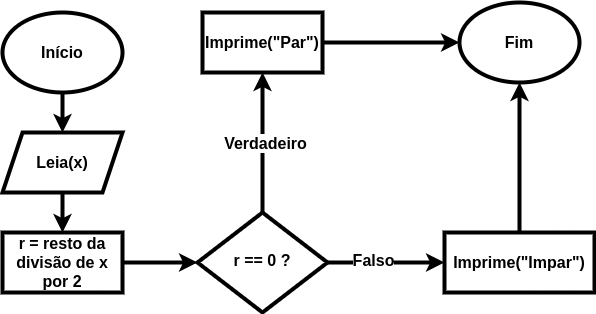
Earlier version of the draw.io export condicionais/images/ifelse.png (viniciusrpb/cic0004_apc_engcomp). Source tidied: cells renumbered, new cells last; positions are measured from the earlier drawing's top-left corner, leaving out a move shared by most shapes. The source it was exported from:
```xml
<mxGraphModel>
  <root>
    <mxCell id="0" />
    <mxCell id="1" parent="0" />
    <mxCell id="2" style="edgeStyle=orthogonalEdgeStyle;rounded=0;jettySize=auto;html=1;exitX=0.5;exitY=0;exitDx=0;exitDy=0;entryX=0.5;entryY=1;entryDx=0;entryDy=0;strokeWidth=4;fontSize=16;fontStyle=1;" parent="1" edge="1" source="6" target="14">
      <mxGeometry relative="1" as="geometry" />
    </mxCell>
    <mxCell id="3" value="Verdadeiro" style="edgeLabel;html=1;align=center;verticalAlign=middle;fontSize=16;fontStyle=1;" parent="2" vertex="1">
      <mxGeometry y="-2" relative="1" as="geometry" />
    </mxCell>
    <mxCell id="4" style="edgeStyle=orthogonalEdgeStyle;rounded=0;jettySize=auto;html=1;exitX=1;exitY=0.5;exitDx=0;exitDy=0;entryX=0;entryY=0.5;entryDx=0;entryDy=0;strokeWidth=4;fontSize=16;fontStyle=1;" parent="1" edge="1" source="6" target="16">
      <mxGeometry relative="1" as="geometry" />
    </mxCell>
    <mxCell id="5" value="Falso" style="edgeLabel;html=1;align=center;verticalAlign=middle;fontSize=16;fontStyle=1;" parent="4" vertex="1">
      <mxGeometry x="-0.22" y="3" relative="1" as="geometry" />
    </mxCell>
    <mxCell id="6" value="r == 0 ?" style="rhombus;whiteSpace=wrap;html=1;shadow=0;fontFamily=Helvetica;fontSize=16;align=center;strokeWidth=4;spacing=6;spacingTop=-4;fontStyle=1;" parent="1" vertex="1">
      <mxGeometry x="195" y="210" width="130" height="100" as="geometry" />
    </mxCell>
    <mxCell id="7" style="edgeStyle=orthogonalEdgeStyle;rounded=0;jettySize=auto;html=1;strokeWidth=4;fontSize=16;fontStyle=1;" parent="1" edge="1" source="8" target="10">
      <mxGeometry relative="1" as="geometry" />
    </mxCell>
    <mxCell id="8" value="Início" style="ellipse;whiteSpace=wrap;html=1;strokeWidth=4;fontSize=16;fontStyle=1;" parent="1" vertex="1">
      <mxGeometry y="10" width="120" height="80" as="geometry" />
    </mxCell>
    <mxCell id="9" style="edgeStyle=orthogonalEdgeStyle;rounded=0;jettySize=auto;html=1;exitX=0.5;exitY=1;exitDx=0;exitDy=0;entryX=0.5;entryY=0;entryDx=0;entryDy=0;strokeWidth=4;fontSize=16;fontStyle=1;" parent="1" edge="1" source="10" target="12">
      <mxGeometry relative="1" as="geometry" />
    </mxCell>
    <mxCell id="10" value="Leia(x)" style="shape=parallelogram;perimeter=parallelogramPerimeter;whiteSpace=wrap;html=1;fixedSize=1;strokeWidth=4;fontSize=16;fontStyle=1;" parent="1" vertex="1">
      <mxGeometry y="130" width="120" height="60" as="geometry" />
    </mxCell>
    <mxCell id="11" style="edgeStyle=orthogonalEdgeStyle;rounded=0;jettySize=auto;html=1;exitX=1;exitY=0.5;exitDx=0;exitDy=0;strokeWidth=4;fontSize=16;fontStyle=1;" parent="1" edge="1" source="12" target="6">
      <mxGeometry relative="1" as="geometry" />
    </mxCell>
    <mxCell id="12" value="r = resto da divisão de x por 2" style="rounded=0;whiteSpace=wrap;html=1;strokeWidth=4;fontSize=16;fontStyle=1;" parent="1" vertex="1">
      <mxGeometry y="230" width="120" height="60" as="geometry" />
    </mxCell>
    <mxCell id="13" style="edgeStyle=orthogonalEdgeStyle;rounded=0;jettySize=auto;html=1;exitX=1;exitY=0.5;exitDx=0;exitDy=0;strokeWidth=4;fontSize=16;fontStyle=1;" parent="1" edge="1" source="14" target="17">
      <mxGeometry relative="1" as="geometry" />
    </mxCell>
    <mxCell id="14" value="Imprime(&quot;Par&quot;)" style="rounded=0;whiteSpace=wrap;html=1;strokeWidth=4;fontSize=16;fontStyle=1;" parent="1" vertex="1">
      <mxGeometry x="200" y="10" width="120" height="60" as="geometry" />
    </mxCell>
    <mxCell id="15" style="edgeStyle=orthogonalEdgeStyle;rounded=0;jettySize=auto;html=1;entryX=0.5;entryY=1;entryDx=0;entryDy=0;strokeWidth=4;fontSize=16;fontStyle=1;" parent="1" edge="1" source="16" target="17">
      <mxGeometry relative="1" as="geometry" />
    </mxCell>
    <mxCell id="16" value="Imprime(&quot;Impar&quot;)" style="rounded=0;whiteSpace=wrap;html=1;strokeWidth=4;fontSize=16;fontStyle=1;" parent="1" vertex="1">
      <mxGeometry x="442" y="230" width="150" height="60" as="geometry" />
    </mxCell>
    <mxCell id="17" value="Fim" style="ellipse;whiteSpace=wrap;html=1;strokeWidth=4;fontSize=16;fontStyle=1;" parent="1" vertex="1">
      <mxGeometry x="457" width="120" height="80" as="geometry" />
    </mxCell>
  </root>
</mxGraphModel>
```
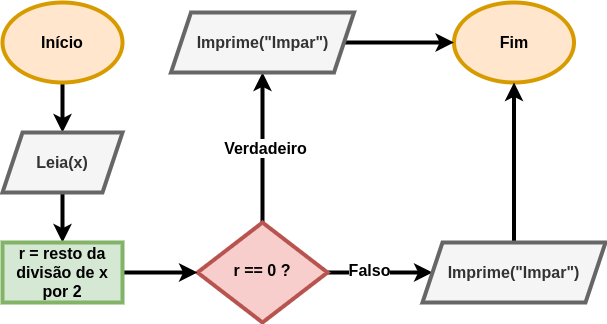
The same file after the commit.

Change to the diagram source:
```diff
@@ -2,53 +2,53 @@
   <root>
     <mxCell id="0" />
     <mxCell id="1" parent="0" />
-    <mxCell id="2" style="edgeStyle=orthogonalEdgeStyle;rounded=0;jettySize=auto;html=1;exitX=0.5;exitY=0;exitDx=0;exitDy=0;entryX=0.5;entryY=1;entryDx=0;entryDy=0;strokeWidth=4;fontSize=16;fontStyle=1;" parent="1" edge="1" source="6" target="14">
+    <mxCell id="2" style="edgeStyle=orthogonalEdgeStyle;rounded=0;jettySize=auto;html=1;exitX=0.5;exitY=0;exitDx=0;exitDy=0;entryX=0.5;entryY=1;entryDx=0;entryDy=0;strokeWidth=4;fontSize=16;fontStyle=1;" parent="1" edge="1" source="6" target="21">
       <mxGeometry relative="1" as="geometry" />
     </mxCell>
     <mxCell id="3" value="Verdadeiro" style="edgeLabel;html=1;align=center;verticalAlign=middle;fontSize=16;fontStyle=1;" parent="2" vertex="1">
       <mxGeometry y="-2" relative="1" as="geometry" />
     </mxCell>
-    <mxCell id="4" style="edgeStyle=orthogonalEdgeStyle;rounded=0;jettySize=auto;html=1;exitX=1;exitY=0.5;exitDx=0;exitDy=0;entryX=0;entryY=0.5;entryDx=0;entryDy=0;strokeWidth=4;fontSize=16;fontStyle=1;" parent="1" edge="1" source="6" target="16">
+    <mxCell id="4" style="edgeStyle=orthogonalEdgeStyle;rounded=0;jettySize=auto;html=1;exitX=1;exitY=0.5;exitDx=0;exitDy=0;strokeWidth=4;fontSize=16;fontStyle=1;" parent="1" edge="1" source="6" target="19">
       <mxGeometry relative="1" as="geometry" />
     </mxCell>
     <mxCell id="5" value="Falso" style="edgeLabel;html=1;align=center;verticalAlign=middle;fontSize=16;fontStyle=1;" parent="4" vertex="1">
       <mxGeometry x="-0.22" y="3" relative="1" as="geometry" />
     </mxCell>
-    <mxCell id="6" value="r == 0 ?" style="rhombus;whiteSpace=wrap;html=1;shadow=0;fontFamily=Helvetica;fontSize=16;align=center;strokeWidth=4;spacing=6;spacingTop=-4;fontStyle=1;" parent="1" vertex="1">
-      <mxGeometry x="195" y="210" width="130" height="100" as="geometry" />
+    <mxCell id="6" value="r == 0 ?" style="rhombus;whiteSpace=wrap;html=1;shadow=0;fontFamily=Helvetica;fontSize=16;align=center;strokeWidth=4;spacing=6;spacingTop=-4;fontStyle=1;fillColor=#f8cecc;strokeColor=#b85450;" parent="1" vertex="1">
+      <mxGeometry x="185" y="230" width="130" height="100" as="geometry" />
     </mxCell>
     <mxCell id="7" style="edgeStyle=orthogonalEdgeStyle;rounded=0;jettySize=auto;html=1;strokeWidth=4;fontSize=16;fontStyle=1;" parent="1" edge="1" source="8" target="10">
       <mxGeometry relative="1" as="geometry" />
     </mxCell>
-    <mxCell id="8" value="Início" style="ellipse;whiteSpace=wrap;html=1;strokeWidth=4;fontSize=16;fontStyle=1;" parent="1" vertex="1">
-      <mxGeometry y="10" width="120" height="80" as="geometry" />
+    <mxCell id="8" value="Início" style="ellipse;whiteSpace=wrap;html=1;strokeWidth=4;fontSize=16;fontStyle=1;fillColor=#ffe6cc;strokeColor=#d79b00;" parent="1" vertex="1">
+      <mxGeometry x="-10" y="10" width="120" height="80" as="geometry" />
     </mxCell>
     <mxCell id="9" style="edgeStyle=orthogonalEdgeStyle;rounded=0;jettySize=auto;html=1;exitX=0.5;exitY=1;exitDx=0;exitDy=0;entryX=0.5;entryY=0;entryDx=0;entryDy=0;strokeWidth=4;fontSize=16;fontStyle=1;" parent="1" edge="1" source="10" target="12">
       <mxGeometry relative="1" as="geometry" />
     </mxCell>
-    <mxCell id="10" value="Leia(x)" style="shape=parallelogram;perimeter=parallelogramPerimeter;whiteSpace=wrap;html=1;fixedSize=1;strokeWidth=4;fontSize=16;fontStyle=1;" parent="1" vertex="1">
-      <mxGeometry y="130" width="120" height="60" as="geometry" />
+    <mxCell id="10" value="Leia(x)" style="shape=parallelogram;perimeter=parallelogramPerimeter;whiteSpace=wrap;html=1;fixedSize=1;strokeWidth=4;fontSize=16;fontStyle=1;fillColor=#f5f5f5;fontColor=#333333;strokeColor=#666666;" parent="1" vertex="1">
+      <mxGeometry x="-10" y="140" width="120" height="60" as="geometry" />
     </mxCell>
     <mxCell id="11" style="edgeStyle=orthogonalEdgeStyle;rounded=0;jettySize=auto;html=1;exitX=1;exitY=0.5;exitDx=0;exitDy=0;strokeWidth=4;fontSize=16;fontStyle=1;" parent="1" edge="1" source="12" target="6">
       <mxGeometry relative="1" as="geometry" />
     </mxCell>
-    <mxCell id="12" value="r = resto da divisão de x por 2" style="rounded=0;whiteSpace=wrap;html=1;strokeWidth=4;fontSize=16;fontStyle=1;" parent="1" vertex="1">
-      <mxGeometry y="230" width="120" height="60" as="geometry" />
+    <mxCell id="12" value="r = resto da divisão de x por 2" style="rounded=0;whiteSpace=wrap;html=1;strokeWidth=4;fontSize=16;fontStyle=1;fillColor=#d5e8d4;strokeColor=#82b366;" parent="1" vertex="1">
+      <mxGeometry x="-10" y="250" width="120" height="60" as="geometry" />
     </mxCell>
-    <mxCell id="13" style="edgeStyle=orthogonalEdgeStyle;rounded=0;jettySize=auto;html=1;exitX=1;exitY=0.5;exitDx=0;exitDy=0;strokeWidth=4;fontSize=16;fontStyle=1;" parent="1" edge="1" source="14" target="17">
-      <mxGeometry relative="1" as="geometry" />
-    </mxCell>
-    <mxCell id="14" value="Imprime(&quot;Par&quot;)" style="rounded=0;whiteSpace=wrap;html=1;strokeWidth=4;fontSize=16;fontStyle=1;" parent="1" vertex="1">
-      <mxGeometry x="200" y="10" width="120" height="60" as="geometry" />
-    </mxCell>
-    <mxCell id="15" style="edgeStyle=orthogonalEdgeStyle;rounded=0;jettySize=auto;html=1;entryX=0.5;entryY=1;entryDx=0;entryDy=0;strokeWidth=4;fontSize=16;fontStyle=1;" parent="1" edge="1" source="16" target="17">
-      <mxGeometry relative="1" as="geometry" />
-    </mxCell>
-    <mxCell id="16" value="Imprime(&quot;Impar&quot;)" style="rounded=0;whiteSpace=wrap;html=1;strokeWidth=4;fontSize=16;fontStyle=1;" parent="1" vertex="1">
-      <mxGeometry x="442" y="230" width="150" height="60" as="geometry" />
-    </mxCell>
-    <mxCell id="17" value="Fim" style="ellipse;whiteSpace=wrap;html=1;strokeWidth=4;fontSize=16;fontStyle=1;" parent="1" vertex="1">
-      <mxGeometry x="457" width="120" height="80" as="geometry" />
+    <mxCell id="17" value="Fim" style="ellipse;whiteSpace=wrap;html=1;strokeWidth=4;fontSize=16;fontStyle=1;fillColor=#ffe6cc;strokeColor=#d79b00;" parent="1" vertex="1">
+      <mxGeometry x="441.5" y="10" width="120" height="80" as="geometry" />
     </mxCell>
+    <mxCell id="18" style="edgeStyle=orthogonalEdgeStyle;rounded=0;jettySize=auto;html=1;exitX=0.5;exitY=0;exitDx=0;exitDy=0;entryX=0.5;entryY=1;entryDx=0;entryDy=0;strokeWidth=4;" parent="1" edge="1" source="19" target="17">
+      <mxGeometry relative="1" as="geometry" />
+    </mxCell>
+    <mxCell id="19" value="Imprime(&quot;Impar&quot;)" style="shape=parallelogram;perimeter=parallelogramPerimeter;whiteSpace=wrap;html=1;fixedSize=1;strokeWidth=4;fontSize=16;fontStyle=1;fillColor=#f5f5f5;fontColor=#333333;strokeColor=#666666;" parent="1" vertex="1">
+      <mxGeometry x="410" y="250" width="183" height="60" as="geometry" />
+    </mxCell>
+    <mxCell id="20" style="edgeStyle=orthogonalEdgeStyle;rounded=0;jettySize=auto;html=1;exitX=1;exitY=0.5;exitDx=0;exitDy=0;entryX=0;entryY=0.5;entryDx=0;entryDy=0;strokeWidth=4;" parent="1" edge="1" source="21" target="17">
+      <mxGeometry relative="1" as="geometry" />
+    </mxCell>
+    <mxCell id="21" value="Imprime(&quot;Impar&quot;)" style="shape=parallelogram;perimeter=parallelogramPerimeter;whiteSpace=wrap;html=1;fixedSize=1;strokeWidth=4;fontSize=16;fontStyle=1;fillColor=#f5f5f5;fontColor=#333333;strokeColor=#666666;" parent="1" vertex="1">
+      <mxGeometry x="158.5" y="20" width="183" height="60" as="geometry" />
+    </mxCell>
   </root>
 </mxGraphModel>
```
